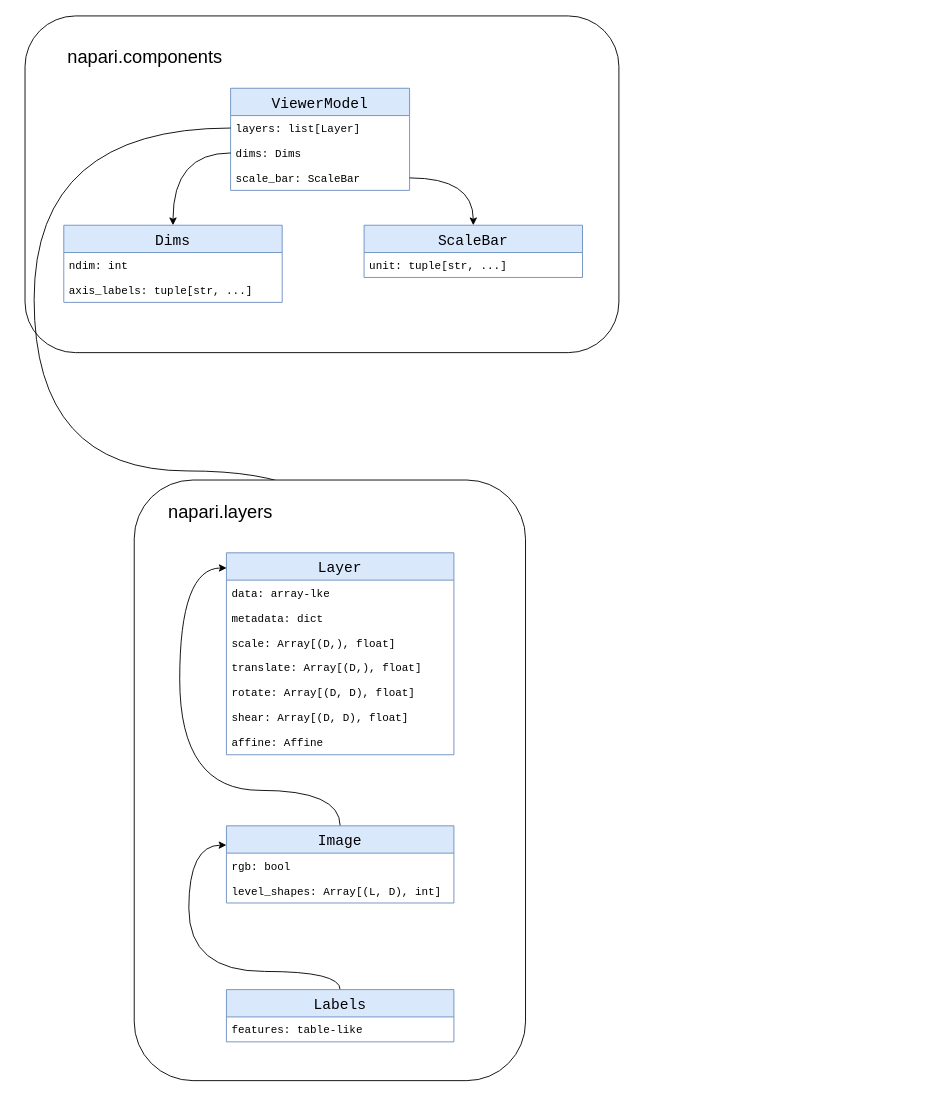
The draw.io diagram napari-metadata-dependencies.drawio in andy-sweet/napari-diagrams, before the edit. Source tidied: cells renumbered, new cells numbered last; positions are measured from the earlier drawing's top-left corner, leaving out a move shared by most shapes. Both pictures are drawn from the tidied source at 91%, with x=0, y=0 at pixel (15, 15).
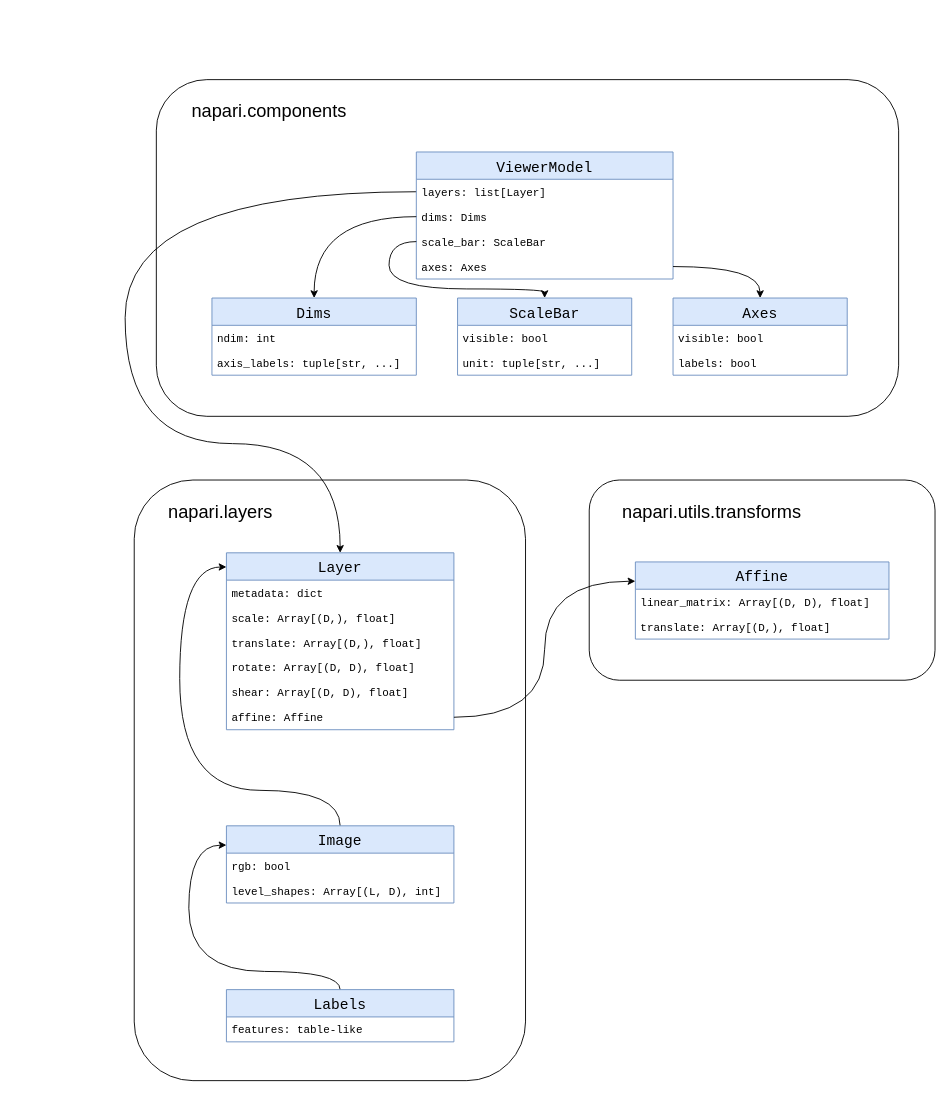
The same page after the edit.

Unchanged cells that the change refers to:
```xml
<mxCell id="17" style="group;" parent="1" vertex="1">
  <mxGeometry x="120" y="510" width="440" height="660" as="geometry" />
</mxCell>
<mxCell id="28" value="Image" style="swimlane;fontStyle=0;horizontal=1;startSize=30;fontSize=16;fillColor=#dae8fc;strokeColor=#6c8ebf;fontFamily=Courier New;" parent="17" vertex="1">
  <mxGeometry x="111.3" y="380" width="250" height="84.8" as="geometry" />
</mxCell>
```

What changed in the source:
```diff
@@
-    <mxCell id="2" style="group;" parent="1" vertex="1">
-      <mxGeometry width="662.6" height="370" as="geometry" />
-    </mxCell>
-    <mxCell id="3" style="rounded=1;whiteSpace=wrap;html=1;fillColor=default;" parent="2" vertex="1">
-      <mxGeometry x="10" width="652.6" height="370" as="geometry" />
+    <mxCell id="3" style="rounded=1;whiteSpace=wrap;html=1;fillColor=default;" parent="1" vertex="1">
+      <mxGeometry x="154.3" y="70" width="815.7" height="370" as="geometry" />
     </mxCell>
-    <mxCell id="4" value="ViewerModel" style="swimlane;fontStyle=0;horizontal=1;startSize=30;fontSize=16;fillColor=#dae8fc;strokeColor=#6c8ebf;fontFamily=Courier New;" parent="2" vertex="1">
-      <mxGeometry x="235.9" y="79.5" width="196.7" height="112.2" as="geometry" />
-    </mxCell>
-    <mxCell id="5" value="layers: list[Layer]" style="text;strokeColor=none;fillColor=none;align=left;verticalAlign=middle;spacingLeft=4;spacingRight=4;overflow=hidden;points=[[0,0.5],[1,0.5]];portConstraint=eastwest;fontSize=12;fontFamily=Courier New;" parent="4" vertex="1">
-      <mxGeometry y="30" width="196.7" height="27.4" as="geometry" />
-    </mxCell>
-    <mxCell id="6" value="dims: Dims" style="text;strokeColor=none;fillColor=none;align=left;verticalAlign=middle;spacingLeft=4;spacingRight=4;overflow=hidden;points=[[0,0.5],[1,0.5]];portConstraint=eastwest;fontSize=12;fontFamily=Courier New;" parent="4" vertex="1">
-      <mxGeometry y="57.4" width="196.7" height="27.4" as="geometry" />
-    </mxCell>
-    <mxCell id="7" value="scale_bar: ScaleBar" style="text;strokeColor=none;fillColor=none;align=left;verticalAlign=middle;spacingLeft=4;spacingRight=4;overflow=hidden;points=[[0,0.5],[1,0.5]];portConstraint=eastwest;fontSize=12;fontFamily=Courier New;" parent="4" vertex="1">
-      <mxGeometry y="84.8" width="196.7" height="27.4" as="geometry" />
-    </mxCell>
-    <mxCell id="8" value="Dims" style="swimlane;fontStyle=0;horizontal=1;startSize=30;fontSize=16;fillColor=#dae8fc;strokeColor=#6c8ebf;fontFamily=Courier New;" parent="2" vertex="1">
-      <mxGeometry x="52.6" y="230" width="240" height="84.8" as="geometry" />
-    </mxCell>
-    <mxCell id="9" value="ndim: int" style="text;strokeColor=none;fillColor=none;align=left;verticalAlign=middle;spacingLeft=4;spacingRight=4;overflow=hidden;fontSize=12;fontFamily=Courier New;" parent="8" vertex="1">
-      <mxGeometry y="30" width="240" height="27.4" as="geometry" />
-    </mxCell>
-    <mxCell id="10" value="axis_labels: tuple[str, ...]" style="text;strokeColor=none;fillColor=none;align=left;verticalAlign=middle;spacingLeft=4;spacingRight=4;overflow=hidden;fontSize=12;fontFamily=Courier New;" parent="8" vertex="1">
-      <mxGeometry y="57.4" width="240" height="27.4" as="geometry" />
-    </mxCell>
-    <mxCell id="11" value="&lt;font style=&quot;font-size: 20px;&quot;&gt;napari.components&lt;/font&gt;" style="text;html=1;strokeColor=none;fillColor=none;align=center;verticalAlign=middle;whiteSpace=wrap;rounded=0;" parent="2" vertex="1">
-      <mxGeometry y="30" width="283.8" height="27.4" as="geometry" />
-    </mxCell>
-    <mxCell id="12" style="edgeStyle=orthogonalEdgeStyle;curved=1;rounded=0;jettySize=auto;html=1;exitX=0;exitY=0.5;exitDx=0;exitDy=0;entryX=0.5;entryY=0;entryDx=0;entryDy=0;" parent="2" edge="1" source="6" target="8">
-      <mxGeometry relative="1" as="geometry" />
-    </mxCell>
-    <mxCell id="13" value="ScaleBar" style="swimlane;fontStyle=0;horizontal=1;startSize=30;fontSize=16;fillColor=#dae8fc;strokeColor=#6c8ebf;fontFamily=Courier New;" parent="2" vertex="1">
-      <mxGeometry x="382.6" y="230" width="240" height="57.4" as="geometry" />
-    </mxCell>
-    <mxCell id="14" value="unit: tuple[str, ...]" style="text;strokeColor=none;fillColor=none;align=left;verticalAlign=middle;spacingLeft=4;spacingRight=4;overflow=hidden;fontSize=12;fontFamily=Courier New;" parent="13" vertex="1">
-      <mxGeometry y="30" width="240" height="27.4" as="geometry" />
-    </mxCell>
-    <mxCell id="15" style="edgeStyle=orthogonalEdgeStyle;rounded=0;jettySize=auto;html=1;exitX=1;exitY=0.5;exitDx=0;exitDy=0;entryX=0.5;entryY=0;entryDx=0;entryDy=0;curved=1;" parent="2" edge="1" source="7" target="13">
-      <mxGeometry relative="1" as="geometry" />
-    </mxCell>
-    <mxCell id="16" style="edgeStyle=orthogonalEdgeStyle;curved=1;rounded=0;jettySize=auto;html=1;exitX=0;exitY=0.5;exitDx=0;exitDy=0;entryX=0.5;entryY=0;entryDx=0;entryDy=0;" parent="1" edge="1" source="5" target="19">
-      <mxGeometry relative="1" as="geometry">
-        <Array as="points">
-          <mxPoint x="20" y="123" />
-          <mxPoint x="20" y="500" />
-          <mxPoint x="356" y="500" />
-        </Array>
-      </mxGeometry>
-    </mxCell>
@@
     <mxCell id="19" value="Layer" style="swimlane;fontStyle=0;horizontal=1;startSize=30;fontSize=16;fillColor=#dae8fc;strokeColor=#6c8ebf;fontFamily=Courier New;" parent="17" vertex="1">
-      <mxGeometry x="111.3" y="80" width="250" height="221.9" as="geometry" />
+      <mxGeometry x="111.3" y="80" width="250" height="194.4" as="geometry" />
     </mxCell>
-    <mxCell id="20" value="data: array-lke" style="text;strokeColor=none;fillColor=none;align=left;verticalAlign=middle;spacingLeft=4;spacingRight=4;overflow=hidden;fontSize=12;fontFamily=Courier New;" parent="19" vertex="1">
-      <mxGeometry y="30" width="250" height="27.4" as="geometry" />
-    </mxCell>
     <mxCell id="21" value="metadata: dict" style="text;strokeColor=none;fillColor=none;align=left;verticalAlign=middle;spacingLeft=4;spacingRight=4;overflow=hidden;fontSize=12;fontFamily=Courier New;" parent="19" vertex="1">
-      <mxGeometry y="57.4" width="250" height="27.4" as="geometry" />
+      <mxGeometry y="30" width="250" height="27.4" as="geometry" />
     </mxCell>
     <mxCell id="22" value="scale: Array[(D,), float]" style="text;strokeColor=none;fillColor=none;align=left;verticalAlign=middle;spacingLeft=4;spacingRight=4;overflow=hidden;fontSize=12;fontFamily=Courier New;" parent="19" vertex="1">
-      <mxGeometry y="84.8" width="250" height="27.4" as="geometry" />
+      <mxGeometry y="57.4" width="250" height="27.4" as="geometry" />
     </mxCell>
     <mxCell id="23" value="translate: Array[(D,), float]" style="text;strokeColor=none;fillColor=none;align=left;verticalAlign=middle;spacingLeft=4;spacingRight=4;overflow=hidden;fontSize=12;fontFamily=Courier New;" parent="19" vertex="1">
-      <mxGeometry y="112.2" width="250" height="27.4" as="geometry" />
+      <mxGeometry y="84.8" width="250" height="27.4" as="geometry" />
     </mxCell>
     <mxCell id="24" value="rotate: Array[(D, D), float]" style="text;strokeColor=none;fillColor=none;align=left;verticalAlign=middle;spacingLeft=4;spacingRight=4;overflow=hidden;fontSize=12;fontFamily=Courier New;" parent="19" vertex="1">
-      <mxGeometry y="139.6" width="250" height="27.4" as="geometry" />
+      <mxGeometry y="112.2" width="250" height="27.4" as="geometry" />
     </mxCell>
     <mxCell id="25" value="shear: Array[(D, D), float]" style="text;strokeColor=none;fillColor=none;align=left;verticalAlign=middle;spacingLeft=4;spacingRight=4;overflow=hidden;fontSize=12;fontFamily=Courier New;" parent="19" vertex="1">
-      <mxGeometry y="167" width="250" height="27.4" as="geometry" />
+      <mxGeometry y="139.6" width="250" height="27.4" as="geometry" />
     </mxCell>
     <mxCell id="26" value="affine: Affine" style="text;strokeColor=none;fillColor=none;align=left;verticalAlign=middle;spacingLeft=4;spacingRight=4;overflow=hidden;points=[[0,0.5],[1,0.5]];portConstraint=eastwest;fontSize=12;fontFamily=Courier New;" parent="19" vertex="1">
-      <mxGeometry y="194.4" width="250" height="27.4" as="geometry" />
+      <mxGeometry y="167" width="250" height="27.4" as="geometry" />
     </mxCell>
-    <mxCell id="27" style="edgeStyle=orthogonalEdgeStyle;curved=1;rounded=0;jettySize=auto;html=1;exitX=0.5;exitY=0;exitDx=0;exitDy=0;entryX=0.001;entryY=0.075;entryDx=0;entryDy=0;entryPerimeter=0;" parent="17" edge="1" source="28" target="19">
+    <mxCell id="27" style="edgeStyle=orthogonalEdgeStyle;curved=1;rounded=0;jettySize=auto;html=1;exitX=0.5;exitY=0;exitDx=0;exitDy=0;entryX=0;entryY=0.08;entryDx=0;entryDy=0;entryPerimeter=0;" parent="17" edge="1" source="28" target="19">
       <mxGeometry relative="1" as="geometry">
         <Array as="points">
           <mxPoint x="236" y="341" />
           <mxPoint x="60" y="341" />
-          <mxPoint x="60" y="97" />
+          <mxPoint x="60" y="96" />
         </Array>
       </mxGeometry>
     </mxCell>
@@
+    <mxCell id="35" style="group;" parent="1" vertex="1">
+      <mxGeometry x="630" y="510" width="380" height="220" as="geometry" />
+    </mxCell>
+    <mxCell id="36" style="rounded=1;whiteSpace=wrap;html=1;fillColor=default;" parent="35" vertex="1">
+      <mxGeometry width="380" height="220" as="geometry" />
+    </mxCell>
+    <mxCell id="37" value="Affine" style="swimlane;fontStyle=0;horizontal=1;startSize=30;fontSize=16;fillColor=#dae8fc;strokeColor=#6c8ebf;fontFamily=Courier New;" parent="35" vertex="1">
+      <mxGeometry x="50.7" y="90" width="278.7" height="84.8" as="geometry" />
+    </mxCell>
+    <mxCell id="38" value="linear_matrix: Array[(D, D), float]" style="text;strokeColor=none;fillColor=none;align=left;verticalAlign=middle;spacingLeft=4;spacingRight=4;overflow=hidden;fontSize=12;fontFamily=Courier New;" parent="37" vertex="1">
+      <mxGeometry y="30" width="278.7" height="27.4" as="geometry" />
+    </mxCell>
+    <mxCell id="39" value="translate: Array[(D,), float]" style="text;strokeColor=none;fillColor=none;align=left;verticalAlign=middle;spacingLeft=4;spacingRight=4;overflow=hidden;fontSize=12;fontFamily=Courier New;" parent="37" vertex="1">
+      <mxGeometry y="57.4" width="278.7" height="27.4" as="geometry" />
+    </mxCell>
+    <mxCell id="40" value="&lt;font style=&quot;font-size: 20px;&quot;&gt;napari.utils.transforms&lt;/font&gt;" style="text;html=1;strokeColor=none;fillColor=none;align=center;verticalAlign=middle;whiteSpace=wrap;rounded=0;" parent="35" vertex="1">
+      <mxGeometry x="30" y="20" width="210.2" height="27.4" as="geometry" />
+    </mxCell>
+    <mxCell id="41" style="edgeStyle=orthogonalEdgeStyle;rounded=0;jettySize=auto;html=1;exitX=1;exitY=0.5;exitDx=0;exitDy=0;entryX=0;entryY=0.25;entryDx=0;entryDy=0;curved=1;" parent="1" edge="1" source="26" target="37">
+      <mxGeometry relative="1" as="geometry" />
+    </mxCell>
+    <mxCell id="16" style="edgeStyle=orthogonalEdgeStyle;curved=1;rounded=0;jettySize=auto;html=1;exitX=0;exitY=0.5;exitDx=0;exitDy=0;entryX=0.5;entryY=0;entryDx=0;entryDy=0;" parent="1" edge="1" source="5" target="19">
+      <mxGeometry relative="1" as="geometry">
+        <Array as="points">
+          <mxPoint x="120" y="193" />
+          <mxPoint x="120" y="470" />
+          <mxPoint x="356" y="470" />
+        </Array>
+      </mxGeometry>
+    </mxCell>
+    <mxCell id="4" value="ViewerModel" style="swimlane;fontStyle=0;horizontal=1;startSize=30;fontSize=16;fillColor=#dae8fc;strokeColor=#6c8ebf;fontFamily=Courier New;" parent="1" vertex="1">
+      <mxGeometry x="440" y="149.5" width="282.1" height="139.6" as="geometry" />
+    </mxCell>
+    <mxCell id="5" value="layers: list[Layer]" style="text;strokeColor=none;fillColor=none;align=left;verticalAlign=middle;spacingLeft=4;spacingRight=4;overflow=hidden;points=[[0,0.5],[1,0.5]];portConstraint=eastwest;fontSize=12;fontFamily=Courier New;" parent="4" vertex="1">
+      <mxGeometry y="30" width="282.1" height="27.4" as="geometry" />
+    </mxCell>
+    <mxCell id="6" value="dims: Dims" style="text;strokeColor=none;fillColor=none;align=left;verticalAlign=middle;spacingLeft=4;spacingRight=4;overflow=hidden;points=[[0,0.5],[1,0.5]];portConstraint=eastwest;fontSize=12;fontFamily=Courier New;" parent="4" vertex="1">
+      <mxGeometry y="57.4" width="282.1" height="27.4" as="geometry" />
+    </mxCell>
+    <mxCell id="7" value="scale_bar: ScaleBar" style="text;strokeColor=none;fillColor=none;align=left;verticalAlign=middle;spacingLeft=4;spacingRight=4;overflow=hidden;points=[[0,0.5],[1,0.5]];portConstraint=eastwest;fontSize=12;fontFamily=Courier New;" parent="4" vertex="1">
+      <mxGeometry y="84.8" width="282.1" height="27.4" as="geometry" />
+    </mxCell>
+    <mxCell id="42" value="axes: Axes" style="text;strokeColor=none;fillColor=none;align=left;verticalAlign=middle;spacingLeft=4;spacingRight=4;overflow=hidden;points=[[0,0.5],[1,0.5]];portConstraint=eastwest;fontSize=12;fontFamily=Courier New;" parent="4" vertex="1">
+      <mxGeometry y="112.2" width="282.1" height="27.4" as="geometry" />
+    </mxCell>
+    <mxCell id="8" value="Dims" style="swimlane;fontStyle=0;horizontal=1;startSize=30;fontSize=16;fillColor=#dae8fc;strokeColor=#6c8ebf;fontFamily=Courier New;" parent="1" vertex="1">
+      <mxGeometry x="215.4" y="310" width="224.6" height="84.8" as="geometry" />
+    </mxCell>
+    <mxCell id="9" value="ndim: int" style="text;strokeColor=none;fillColor=none;align=left;verticalAlign=middle;spacingLeft=4;spacingRight=4;overflow=hidden;fontSize=12;fontFamily=Courier New;" parent="8" vertex="1">
+      <mxGeometry y="30" width="224.6" height="27.4" as="geometry" />
+    </mxCell>
+    <mxCell id="10" value="axis_labels: tuple[str, ...]" style="text;strokeColor=none;fillColor=none;align=left;verticalAlign=middle;spacingLeft=4;spacingRight=4;overflow=hidden;fontSize=12;fontFamily=Courier New;" parent="8" vertex="1">
+      <mxGeometry y="57.4" width="224.6" height="27.4" as="geometry" />
+    </mxCell>
+    <mxCell id="11" value="&lt;font style=&quot;font-size: 20px;&quot;&gt;napari.components&lt;/font&gt;" style="text;html=1;strokeColor=none;fillColor=none;align=center;verticalAlign=middle;whiteSpace=wrap;rounded=0;" parent="1" vertex="1">
+      <mxGeometry x="110" y="90" width="336.9" height="27.4" as="geometry" />
+    </mxCell>
+    <mxCell id="12" style="edgeStyle=orthogonalEdgeStyle;curved=1;rounded=0;jettySize=auto;html=1;exitX=0;exitY=0.5;exitDx=0;exitDy=0;entryX=0.5;entryY=0;entryDx=0;entryDy=0;" parent="1" edge="1" source="6" target="8">
+      <mxGeometry relative="1" as="geometry" />
+    </mxCell>
+    <mxCell id="13" value="ScaleBar" style="swimlane;fontStyle=0;horizontal=1;startSize=30;fontSize=16;fillColor=#dae8fc;strokeColor=#6c8ebf;fontFamily=Courier New;" parent="1" vertex="1">
+      <mxGeometry x="485.3" y="310" width="191.4" height="84.8" as="geometry" />
+    </mxCell>
+    <mxCell id="14" value="visible: bool" style="text;strokeColor=none;fillColor=none;align=left;verticalAlign=middle;spacingLeft=4;spacingRight=4;overflow=hidden;fontSize=12;fontFamily=Courier New;" parent="13" vertex="1">
+      <mxGeometry y="30" width="191.4" height="27.4" as="geometry" />
+    </mxCell>
+    <mxCell id="43" value="unit: tuple[str, ...]" style="text;strokeColor=none;fillColor=none;align=left;verticalAlign=middle;spacingLeft=4;spacingRight=4;overflow=hidden;fontSize=12;fontFamily=Courier New;" parent="13" vertex="1">
+      <mxGeometry y="57.4" width="191.4" height="27.4" as="geometry" />
+    </mxCell>
+    <mxCell id="15" style="edgeStyle=orthogonalEdgeStyle;rounded=0;jettySize=auto;html=1;exitX=0;exitY=0.5;exitDx=0;exitDy=0;entryX=0.5;entryY=0;entryDx=0;entryDy=0;curved=1;" parent="1" edge="1" source="7" target="13">
+      <mxGeometry relative="1" as="geometry">
+        <Array as="points">
+          <mxPoint x="410" y="248" />
+          <mxPoint x="410" y="300" />
+          <mxPoint x="581" y="300" />
+        </Array>
+      </mxGeometry>
+    </mxCell>
+    <mxCell id="44" value="Axes" style="swimlane;fontStyle=0;horizontal=1;startSize=30;fontSize=16;fillColor=#dae8fc;strokeColor=#6c8ebf;fontFamily=Courier New;" parent="1" vertex="1">
+      <mxGeometry x="722.1" y="310" width="191.4" height="84.8" as="geometry" />
+    </mxCell>
+    <mxCell id="45" value="visible: bool" style="text;strokeColor=none;fillColor=none;align=left;verticalAlign=middle;spacingLeft=4;spacingRight=4;overflow=hidden;fontSize=12;fontFamily=Courier New;" parent="44" vertex="1">
+      <mxGeometry y="30" width="191.4" height="27.4" as="geometry" />
+    </mxCell>
+    <mxCell id="46" value="labels: bool" style="text;strokeColor=none;fillColor=none;align=left;verticalAlign=middle;spacingLeft=4;spacingRight=4;overflow=hidden;fontSize=12;fontFamily=Courier New;" parent="44" vertex="1">
+      <mxGeometry y="57.4" width="191.4" height="27.4" as="geometry" />
+    </mxCell>
+    <mxCell id="47" style="edgeStyle=orthogonalEdgeStyle;curved=1;rounded=0;jettySize=auto;html=1;exitX=1;exitY=0.5;exitDx=0;exitDy=0;entryX=0.5;entryY=0;entryDx=0;entryDy=0;" parent="1" edge="1" source="42" target="44">
+      <mxGeometry relative="1" as="geometry" />
+    </mxCell>
```
